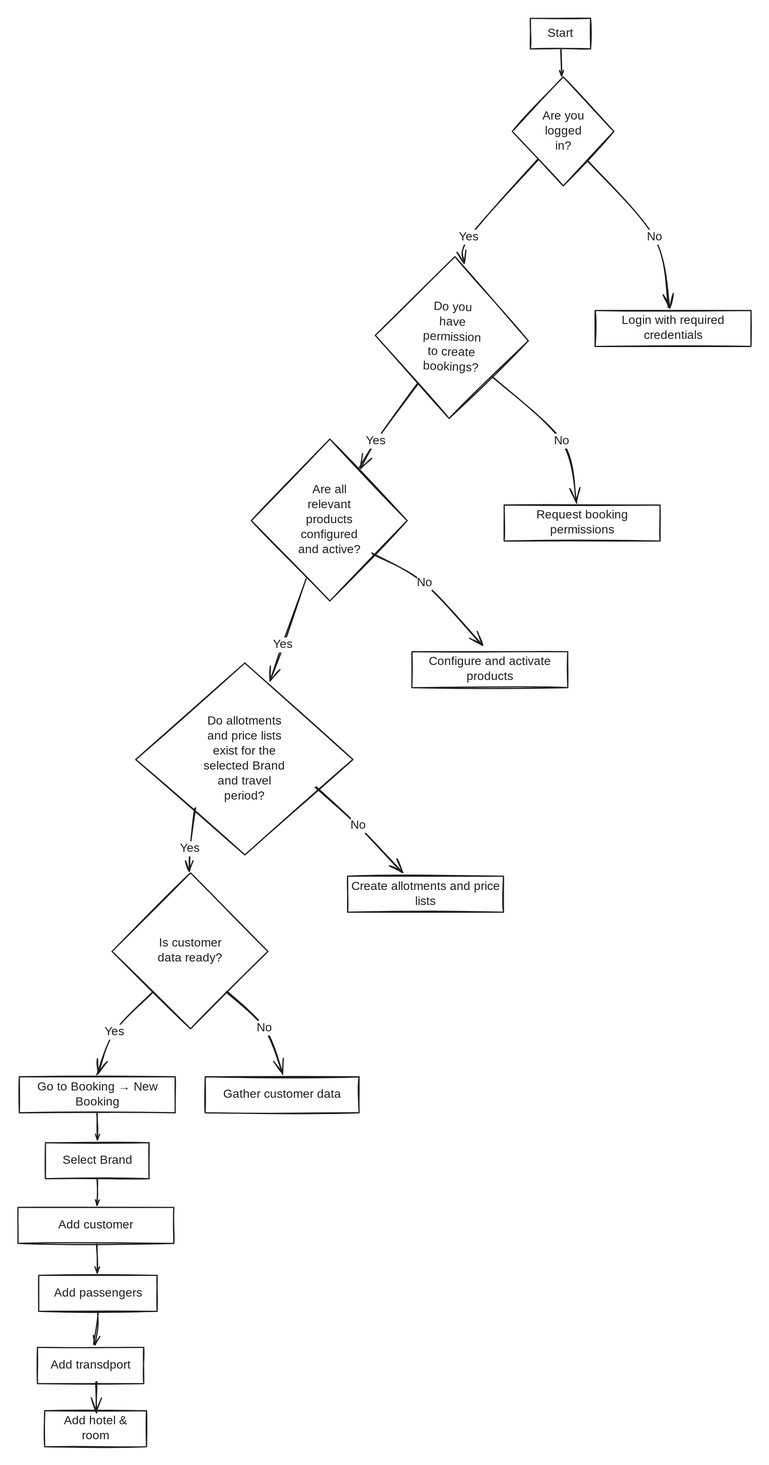
Above: .gitbook/assets/file.excalidraw (1).svg in supporttpq/docs360 (Excalidraw), before the change. Source tidied: one line per element, renumbered; positions are measured from the earlier drawing's top-left corner, leaving out a move shared by most shapes.
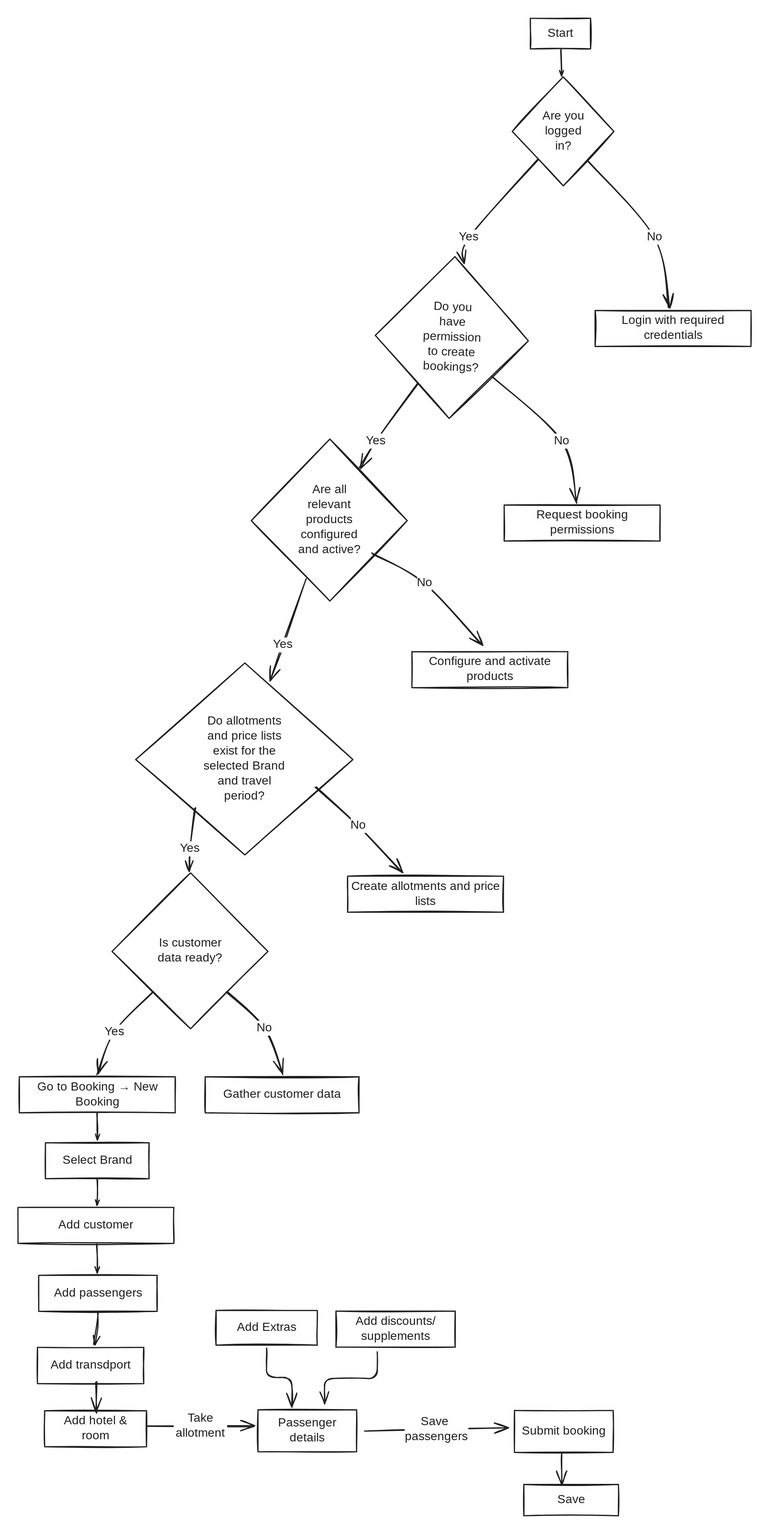
The same file after the commit.

Commit message:
GITBOOK-820: No subject

Change to the diagram source:
```diff
@@ -58,3 +58,20 @@
 {"id": 57, "type": "arrow", "strokeColor": "#1e1e1e", "strokeWidth": 2, "roughness": 1, "endArrowhead": "arrow", "round": true, "from": 15, "x": 130, "y": 2274, "width": 2, "height": 51, "points": [[0, 0], [2, 51]]}
 {"id": 58, "type": "rectangle", "strokeColor": "#1e1e1e", "strokeWidth": 2, "roughness": 1, "x": 45, "y": 2322, "width": 170, "height": 60}
 {"id": 59, "type": "text", "text": "Add hotel &\nroom", "strokeColor": "#1e1e1e", "strokeWidth": 2, "roughness": 1, "fontSize": 20, "fontFamily": 5, "textAlign": "center", "verticalAlign": "middle", "inside": 58, "x": 71, "y": 2327, "width": 118, "height": 50}
+{"id": 60, "type": "arrow", "strokeColor": "#1e1e1e", "strokeWidth": 2, "roughness": 1, "endArrowhead": "arrow", "round": true, "from": 58, "x": 215, "y": 2347, "width": 179, "height": 1, "points": [[0, 0], [179, 1]]}
+{"id": 61, "type": "text", "text": "Take\nallotment", "strokeColor": "#1e1e1e", "strokeWidth": 2, "roughness": 1, "fontSize": 20, "fontFamily": 5, "textAlign": "center", "verticalAlign": "middle", "inside": 60, "x": 260, "y": 2322, "width": 89, "height": 50}
+{"id": 62, "type": "rectangle", "strokeColor": "#1e1e1e", "angle": 0.0, "strokeWidth": 2, "roughness": 1, "x": 400, "y": 2320, "width": 164, "height": 70}
+{"id": 63, "type": "text", "text": "Passenger\ndetails", "strokeColor": "#1e1e1e", "angle": 0.0, "strokeWidth": 2, "roughness": 1, "fontSize": 20, "fontFamily": 5, "textAlign": "center", "verticalAlign": "middle", "inside": 62, "x": 434, "y": 2330, "width": 98, "height": 50}
+{"id": 64, "type": "arrow", "strokeColor": "#1e1e1e", "strokeWidth": 2, "roughness": 1, "endArrowhead": "arrow", "from": 65, "to": 62, "x": 415, "y": 2217, "width": 42, "height": 98, "points": [[0, 0], [0, 49], [42, 49], [42, 98]]}
+{"id": 65, "type": "rectangle", "strokeColor": "#1e1e1e", "strokeWidth": 2, "roughness": 1, "x": 330, "y": 2155, "width": 169, "height": 58}
+{"id": 66, "type": "text", "text": "Add Extras", "strokeColor": "#1e1e1e", "strokeWidth": 2, "roughness": 1, "fontSize": 20, "fontFamily": 5, "textAlign": "center", "verticalAlign": "middle", "inside": 65, "x": 358, "y": 2171, "width": 113, "height": 25}
+{"id": 67, "type": "rectangle", "strokeColor": "#1e1e1e", "strokeWidth": 2, "roughness": 1, "x": 530, "y": 2156, "width": 199, "height": 60}
+{"id": 68, "type": "text", "text": "Add discounts/\nsupplements", "strokeColor": "#1e1e1e", "strokeWidth": 2, "roughness": 1, "fontSize": 20, "fontFamily": 5, "textAlign": "center", "verticalAlign": "middle", "inside": 67, "x": 555, "y": 2161, "width": 150, "height": 50}
+{"id": 69, "type": "arrow", "strokeColor": "#1e1e1e", "strokeWidth": 2, "roughness": 1, "endArrowhead": "arrow", "from": 67, "to": 62, "x": 599, "y": 2224, "width": 88, "height": 87, "points": [[0, 0], [0, 44], [-88, 44], [-88, 87]]}
+{"id": 70, "type": "arrow", "strokeColor": "#1e1e1e", "strokeWidth": 2, "roughness": 1, "endArrowhead": "arrow", "from": 62, "x": 578, "y": 2356, "width": 240, "height": 6, "points": [[0, 0], [240, -6]]}
+{"id": 71, "type": "text", "text": "Save \npassengers", "strokeColor": "#1e1e1e", "strokeWidth": 2, "roughness": 1, "fontSize": 20, "fontFamily": 5, "textAlign": "center", "verticalAlign": "middle", "inside": 70, "x": 591, "y": 2329, "width": 106, "height": 50}
+{"id": 72, "type": "rectangle", "strokeColor": "#1e1e1e", "strokeWidth": 2, "roughness": 1, "x": 828, "y": 2321, "width": 164, "height": 70}
+{"id": 73, "type": "text", "text": "Submit booking", "strokeColor": "#1e1e1e", "strokeWidth": 2, "roughness": 1, "fontSize": 20, "fontFamily": 5, "textAlign": "center", "verticalAlign": "middle", "inside": 72, "x": 838, "y": 2344, "width": 144, "height": 25}
+{"id": 74, "type": "arrow", "strokeColor": "#1e1e1e", "strokeWidth": 2, "roughness": 1, "endArrowhead": "arrow", "from": 72, "x": 907, "y": 2391, "width": 0, "height": 54, "points": [[0, 0], [0, 54]]}
+{"id": 75, "type": "rectangle", "strokeColor": "#1e1e1e", "strokeWidth": 2, "roughness": 1, "x": 844, "y": 2445, "width": 158, "height": 52}
+{"id": 76, "type": "text", "text": "Save", "strokeColor": "#1e1e1e", "strokeWidth": 2, "roughness": 1, "fontSize": 20, "fontFamily": 5, "textAlign": "center", "verticalAlign": "middle", "inside": 75, "x": 900, "y": 2458, "width": 45, "height": 25}
```
